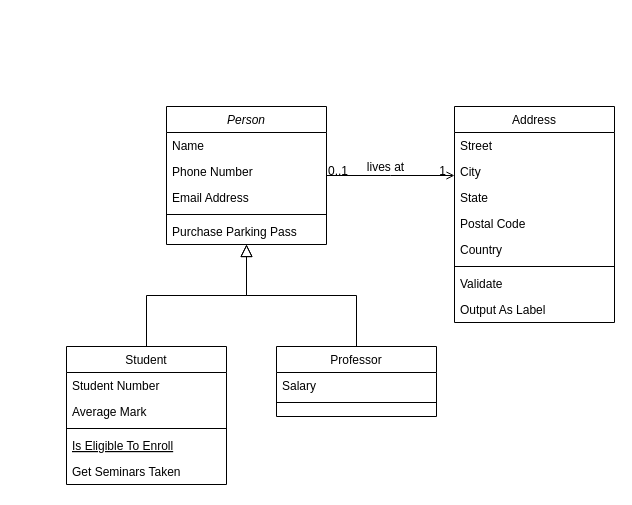
Above: NFTHotel.drawio in nando8009/CSSButt (draw.io), before the change. Source tidied: cells renumbered, new cells numbered last; positions are measured from the earlier drawing's top-left corner, leaving out a move shared by most shapes. Both pictures are drawn from the tidied source at 100%, with x=0, y=0 at pixel (66, 106).
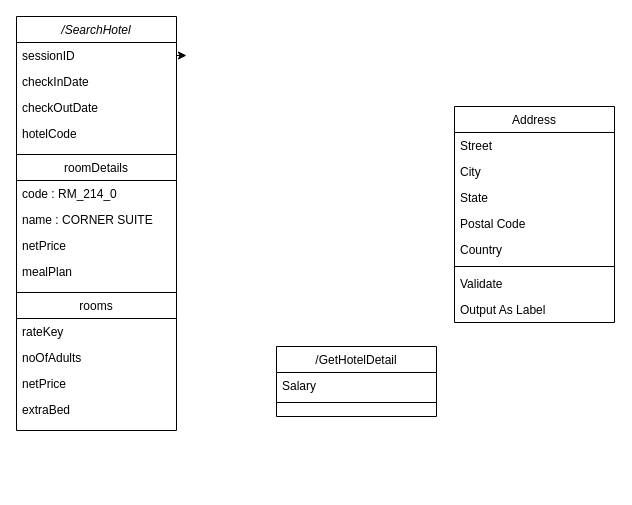
After the change.

Unchanged cells that the change refers to:
```xml
<mxCell id="19" value="Address" style="swimlane;fontStyle=0;align=center;verticalAlign=top;horizontal=1;startSize=26;rounded=0;shadow=0;strokeWidth=1;" parent="1" vertex="1">
  <mxGeometry x="388" width="160" height="216" as="geometry" />
</mxCell>
```

What changed in the source:
```diff
@@
-    <mxCell id="2" value="Person" style="swimlane;fontStyle=2;align=center;verticalAlign=top;horizontal=1;startSize=26;rounded=0;shadow=0;strokeWidth=1;" parent="1" vertex="1">
-      <mxGeometry x="100" width="160" height="138" as="geometry" />
+    <mxCell id="2" value="/SearchHotel" style="swimlane;fontStyle=2;align=center;verticalAlign=top;horizontal=1;startSize=26;rounded=0;shadow=0;strokeWidth=1;" parent="1" vertex="1">
+      <mxGeometry x="-50" y="-90" width="160" height="138" as="geometry" />
     </mxCell>
+    <mxCell id="32" style="edgeStyle=orthogonalEdgeStyle;rounded=0;jettySize=auto;html=1;exitX=1;exitY=0.5;exitDx=0;exitDy=0;" parent="2" edge="1" source="3">
+      <mxGeometry relative="1" as="geometry">
+        <mxPoint x="170" y="39" as="targetPoint" />
+      </mxGeometry>
+    </mxCell>
-    <mxCell id="3" value="Name" style="text;align=left;verticalAlign=top;spacingLeft=4;spacingRight=4;overflow=hidden;points=[[0,0.5],[1,0.5]];portConstraint=eastwest;" parent="2" vertex="1">
+    <mxCell id="3" value="sessionID" style="text;align=left;verticalAlign=top;spacingLeft=4;spacingRight=4;overflow=hidden;points=[[0,0.5],[1,0.5]];portConstraint=eastwest;" parent="2" vertex="1">
       <mxGeometry y="26" width="160" height="26" as="geometry" />
     </mxCell>
-    <mxCell id="4" value="Phone Number" style="text;align=left;verticalAlign=top;spacingLeft=4;spacingRight=4;overflow=hidden;rounded=0;shadow=0;html=0;" parent="2" vertex="1">
+    <mxCell id="4" value="checkInDate&#10;" style="text;align=left;verticalAlign=top;spacingLeft=4;spacingRight=4;overflow=hidden;rounded=0;shadow=0;html=0;" parent="2" vertex="1">
       <mxGeometry y="52" width="160" height="26" as="geometry" />
     </mxCell>
-    <mxCell id="5" value="Email Address" style="text;align=left;verticalAlign=top;spacingLeft=4;spacingRight=4;overflow=hidden;rounded=0;shadow=0;html=0;" parent="2" vertex="1">
+    <mxCell id="5" value="checkOutDate" style="text;align=left;verticalAlign=top;spacingLeft=4;spacingRight=4;overflow=hidden;rounded=0;shadow=0;html=0;" parent="2" vertex="1">
       <mxGeometry y="78" width="160" height="26" as="geometry" />
     </mxCell>
-    <mxCell id="6" style="line;html=1;strokeWidth=1;align=left;verticalAlign=middle;spacingTop=-1;spacingLeft=3;spacingRight=3;labelPosition=right;" parent="2" vertex="1">
-      <mxGeometry y="104" width="160" height="8" as="geometry" />
-    </mxCell>
-    <mxCell id="7" value="Purchase Parking Pass" style="text;align=left;verticalAlign=top;spacingLeft=4;spacingRight=4;overflow=hidden;" parent="2" vertex="1">
-      <mxGeometry y="112" width="160" height="26" as="geometry" />
-    </mxCell>
+    <mxCell id="33" value="hotelCode" style="text;align=left;verticalAlign=top;spacingLeft=4;spacingRight=4;overflow=hidden;rounded=0;shadow=0;html=0;" parent="2" vertex="1">
+      <mxGeometry y="104" width="160" height="26" as="geometry" />
+    </mxCell>
-    <mxCell id="8" value="Student" style="swimlane;fontStyle=0;align=center;verticalAlign=top;horizontal=1;startSize=26;rounded=0;shadow=0;strokeWidth=1;" parent="1" vertex="1">
-      <mxGeometry y="240" width="160" height="138" as="geometry" />
+    <mxCell id="8" value="roomDetails" style="swimlane;fontStyle=0;align=center;verticalAlign=top;horizontal=1;startSize=26;rounded=0;shadow=0;strokeWidth=1;" parent="1" vertex="1">
+      <mxGeometry x="-50" y="48" width="160" height="138" as="geometry" />
     </mxCell>
-    <mxCell id="9" value="Student Number" style="text;align=left;verticalAlign=top;spacingLeft=4;spacingRight=4;overflow=hidden;" parent="8" vertex="1">
+    <mxCell id="9" value="code : RM_214_0" style="text;align=left;verticalAlign=top;spacingLeft=4;spacingRight=4;overflow=hidden;" parent="8" vertex="1">
       <mxGeometry y="26" width="160" height="26" as="geometry" />
     </mxCell>
-    <mxCell id="10" value="Average Mark" style="text;align=left;verticalAlign=top;spacingLeft=4;spacingRight=4;overflow=hidden;rounded=0;shadow=0;html=0;" parent="8" vertex="1">
+    <mxCell id="10" value="name : CORNER SUITE" style="text;align=left;verticalAlign=top;spacingLeft=4;spacingRight=4;overflow=hidden;rounded=0;shadow=0;html=0;" parent="8" vertex="1">
       <mxGeometry y="52" width="160" height="26" as="geometry" />
     </mxCell>
-    <mxCell id="11" style="line;html=1;strokeWidth=1;align=left;verticalAlign=middle;spacingTop=-1;spacingLeft=3;spacingRight=3;labelPosition=right;" parent="8" vertex="1">
-      <mxGeometry y="78" width="160" height="8" as="geometry" />
-    </mxCell>
-    <mxCell id="12" value="Is Eligible To Enroll" style="text;align=left;verticalAlign=top;spacingLeft=4;spacingRight=4;overflow=hidden;fontStyle=4;" parent="8" vertex="1">
-      <mxGeometry y="86" width="160" height="26" as="geometry" />
-    </mxCell>
-    <mxCell id="13" value="Get Seminars Taken" style="text;align=left;verticalAlign=top;spacingLeft=4;spacingRight=4;overflow=hidden;" parent="8" vertex="1">
-      <mxGeometry y="112" width="160" height="26" as="geometry" />
+    <mxCell id="13" value="netPrice" style="text;align=left;verticalAlign=top;spacingLeft=4;spacingRight=4;overflow=hidden;" parent="8" vertex="1">
+      <mxGeometry y="78" width="160" height="26" as="geometry" />
     </mxCell>
-    <mxCell id="14" style="endArrow=block;endSize=10;endFill=0;shadow=0;strokeWidth=1;rounded=0;edgeStyle=elbowEdgeStyle;elbow=vertical;" parent="1" edge="1" source="8" target="2">
-      <mxGeometry relative="1" as="geometry" />
-    </mxCell>
+    <mxCell id="34" value="mealPlan" style="text;align=left;verticalAlign=top;spacingLeft=4;spacingRight=4;overflow=hidden;" parent="8" vertex="1">
+      <mxGeometry y="104" width="160" height="26" as="geometry" />
+    </mxCell>
-    <mxCell id="15" value="Professor" style="swimlane;fontStyle=0;align=center;verticalAlign=top;horizontal=1;startSize=26;rounded=0;shadow=0;strokeWidth=1;" parent="1" vertex="1">
+    <mxCell id="15" value="/GetHotelDetail" style="swimlane;fontStyle=0;align=center;verticalAlign=top;horizontal=1;startSize=26;rounded=0;shadow=0;strokeWidth=1;" parent="1" vertex="1">
       <mxGeometry x="210" y="240" width="160" height="70" as="geometry" />
     </mxCell>
@@
-    <mxCell id="18" style="endArrow=block;endSize=10;endFill=0;shadow=0;strokeWidth=1;rounded=0;edgeStyle=elbowEdgeStyle;elbow=vertical;" parent="1" edge="1" source="15" target="2">
-      <mxGeometry relative="1" as="geometry" />
-    </mxCell>
@@
-    <mxCell id="28" style="endArrow=open;shadow=0;strokeWidth=1;rounded=0;endFill=1;edgeStyle=elbowEdgeStyle;elbow=vertical;" parent="1" edge="1" source="2" target="19">
-      <mxGeometry x="0.5" y="41" relative="1" as="geometry">
-        <mxPoint x="-40" y="32" as="offset" />
-      </mxGeometry>
-    </mxCell>
-    <mxCell id="29" value="0..1" style="align=left;verticalAlign=bottom;labelBackgroundColor=none;fontSize=12;" parent="28" vertex="1">
-      <mxGeometry x="-1" relative="1" as="geometry">
-        <mxPoint y="4" as="offset" />
-      </mxGeometry>
-    </mxCell>
-    <mxCell id="30" value="1" style="align=right;verticalAlign=bottom;labelBackgroundColor=none;fontSize=12;" parent="28" vertex="1">
-      <mxGeometry x="1" relative="1" as="geometry">
-        <mxPoint x="-7" y="4" as="offset" />
-      </mxGeometry>
-    </mxCell>
-    <mxCell id="31" value="lives at" style="text;html=1;align=center;verticalAlign=middle;labelBackgroundColor=none;rounded=0;shadow=0;strokeWidth=1;fontSize=12;" parent="28" vertex="1">
-      <mxGeometry x="0.5" y="49" relative="1" as="geometry">
-        <mxPoint x="-38" y="40" as="offset" />
-      </mxGeometry>
-    </mxCell>
+    <mxCell id="35" value="rooms" style="swimlane;fontStyle=0;align=center;verticalAlign=top;horizontal=1;startSize=26;rounded=0;shadow=0;strokeWidth=1;" parent="1" vertex="1">
+      <mxGeometry x="-50" y="186" width="160" height="138" as="geometry" />
+    </mxCell>
+    <mxCell id="36" value="rateKey" style="text;align=left;verticalAlign=top;spacingLeft=4;spacingRight=4;overflow=hidden;" parent="35" vertex="1">
+      <mxGeometry y="26" width="160" height="26" as="geometry" />
+    </mxCell>
+    <mxCell id="37" value="noOfAdults" style="text;align=left;verticalAlign=top;spacingLeft=4;spacingRight=4;overflow=hidden;rounded=0;shadow=0;html=0;" parent="35" vertex="1">
+      <mxGeometry y="52" width="160" height="26" as="geometry" />
+    </mxCell>
+    <mxCell id="38" value="netPrice" style="text;align=left;verticalAlign=top;spacingLeft=4;spacingRight=4;overflow=hidden;" parent="35" vertex="1">
+      <mxGeometry y="78" width="160" height="26" as="geometry" />
+    </mxCell>
+    <mxCell id="39" value="extraBed" style="text;align=left;verticalAlign=top;spacingLeft=4;spacingRight=4;overflow=hidden;" parent="35" vertex="1">
+      <mxGeometry y="104" width="160" height="26" as="geometry" />
+    </mxCell>
```
